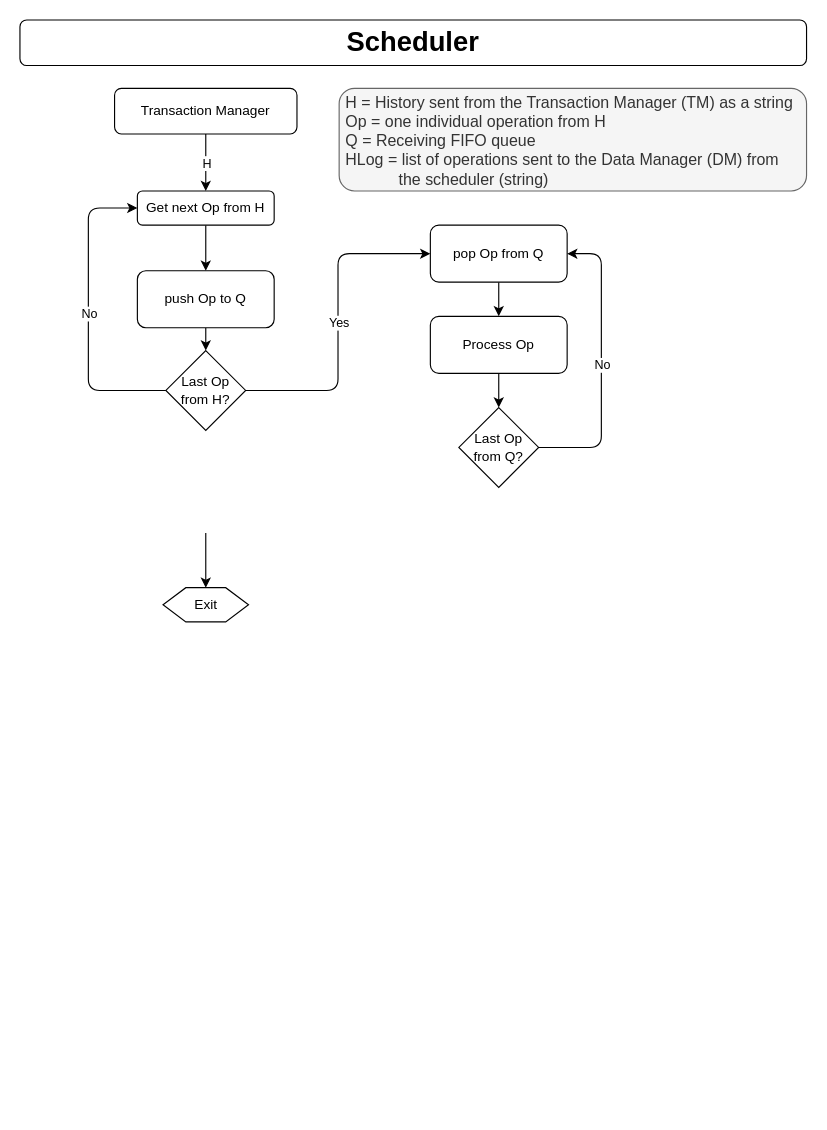
Rod-Skoglund/CS5570-Project keeps this draw.io diagram as Design/CS 5570 Team4 Design - Scheduler.drawio. Above is the earlier version. Source tidied: cells renumbered, new cells numbered last; positions are measured from the earlier drawing's top-left corner, leaving out a move shared by most shapes. Both pictures are drawn from the tidied source at 114%, with x=0, y=0 at pixel (19, 19).
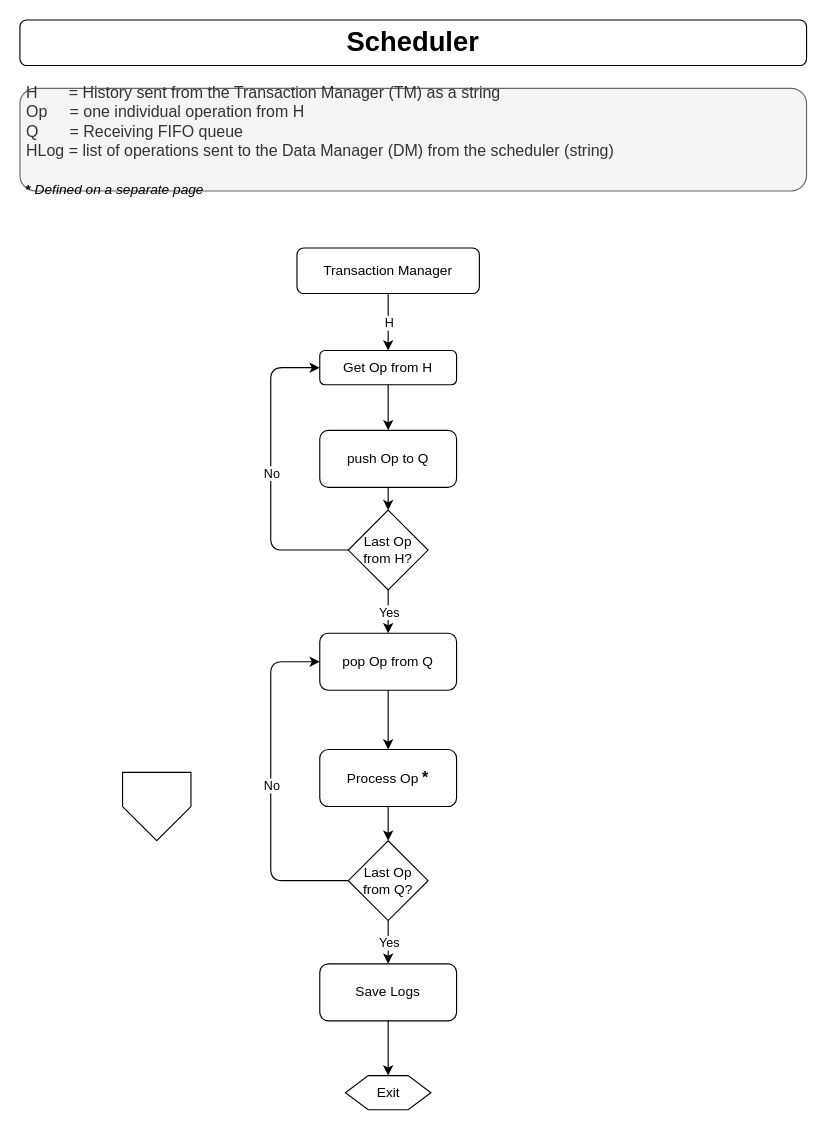
Above is the later version.

What changed in the source:
```diff
@@
-    <mxCell id="2" value="Transaction Manager" style="rounded=1;whiteSpace=wrap;html=1;fontSize=12;glass=0;strokeWidth=1;shadow=0;" parent="1" vertex="1">
-      <mxGeometry x="83" y="60" width="160" height="40" as="geometry" />
-    </mxCell>
@@
-    <mxCell id="4" value="&amp;nbsp;H = History sent from the Transaction Manager (TM) as a string&lt;br&gt;&amp;nbsp;Op = one individual operation from H&lt;br&gt;&amp;nbsp;Q = Receiving FIFO queue&lt;br&gt;&amp;nbsp;HLog = list of operations sent to the Data Manager (DM) from &lt;br&gt;&amp;nbsp; &amp;nbsp; &amp;nbsp; &amp;nbsp; &amp;nbsp; &amp;nbsp; &amp;nbsp;the scheduler (string)" style="text;html=1;align=left;verticalAlign=middle;whiteSpace=wrap;rounded=1;fontSize=14;labelBorderColor=none;spacingTop=2;spacingLeft=0;spacingBottom=0;spacingRight=0;spacing=2;perimeterSpacing=0;strokeWidth=1;labelPadding=-1;fillColor=#f5f5f5;strokeColor=#666666;fontColor=#333333;" parent="1" vertex="1">
-      <mxGeometry x="280" y="60" width="410" height="90" as="geometry" />
+    <mxCell id="4" value="&amp;nbsp;H&amp;nbsp; &amp;nbsp; &amp;nbsp; &amp;nbsp;= History sent from the Transaction Manager (TM) as a string&lt;br&gt;&amp;nbsp;Op&amp;nbsp; &amp;nbsp; &amp;nbsp;= one individual operation from H&lt;br&gt;&amp;nbsp;Q&amp;nbsp; &amp;nbsp; &amp;nbsp; &amp;nbsp;= Receiving FIFO queue&lt;br&gt;&amp;nbsp;HLog = list of operations sent to the Data Manager (DM) from the scheduler (string)&lt;br&gt;&lt;br&gt;&lt;span style=&quot;text-align: center ; font-size: 12px&quot;&gt;&lt;font style=&quot;font-size: 12px&quot;&gt;&lt;span style=&quot;color: rgb(0 , 0 , 0)&quot;&gt;&lt;b&gt;&amp;nbsp;* &lt;/b&gt;&lt;i&gt;Defined on a &lt;/i&gt;&lt;/span&gt;&lt;i&gt;&lt;font color=&quot;#000000&quot; style=&quot;font-size: 12px&quot;&gt;separate&lt;/font&gt;&lt;span style=&quot;color: rgb(0 , 0 , 0)&quot;&gt;&amp;nbsp;page&lt;/span&gt;&lt;/i&gt;&lt;br&gt;&lt;/font&gt;&lt;/span&gt;" style="text;html=1;align=left;verticalAlign=middle;whiteSpace=wrap;rounded=1;fontSize=14;labelBorderColor=none;spacingTop=2;spacingLeft=0;spacingBottom=0;spacingRight=0;spacing=2;perimeterSpacing=0;strokeWidth=1;labelPadding=-1;fillColor=#f5f5f5;strokeColor=#666666;fontColor=#333333;" parent="1" vertex="1">
+      <mxGeometry y="60" width="690" height="90" as="geometry" />
     </mxCell>
-    <mxCell id="5" style="edgeStyle=orthogonalEdgeStyle;rounded=0;jettySize=auto;html=1;exitX=0.5;exitY=1;exitDx=0;exitDy=0;" parent="1" edge="1" source="6" target="14">
-      <mxGeometry relative="1" as="geometry" />
-    </mxCell>
+    <mxCell id="2" value="Transaction Manager" style="rounded=1;whiteSpace=wrap;html=1;fontSize=12;glass=0;strokeWidth=1;shadow=0;" parent="1" vertex="1">
+      <mxGeometry x="243" y="200" width="160" height="40" as="geometry" />
+    </mxCell>
-    <mxCell id="6" value="Get next Op from H" style="rounded=1;whiteSpace=wrap;html=1;fontSize=12;glass=0;strokeWidth=1;shadow=0;" parent="1" vertex="1">
-      <mxGeometry x="103" y="150" width="120" height="30" as="geometry" />
+    <mxCell id="6" value="Get Op from H" style="rounded=1;whiteSpace=wrap;html=1;fontSize=12;glass=0;strokeWidth=1;shadow=0;" parent="1" vertex="1">
+      <mxGeometry x="263" y="290" width="120" height="30" as="geometry" />
     </mxCell>
     <mxCell id="7" value="Exit" style="shape=hexagon;perimeter=hexagonPerimeter2;whiteSpace=wrap;html=1;fixedSize=1;align=center;" parent="1" vertex="1">
-      <mxGeometry x="125.5" y="498" width="75" height="30" as="geometry" />
+      <mxGeometry x="285.5" y="926" width="75" height="30" as="geometry" />
     </mxCell>
     <mxCell id="8" style="endArrow=classic;html=1;" parent="1" edge="1" source="2" target="6">
-      <mxGeometry relative="1" as="geometry" />
+      <mxGeometry x="300" y="240" as="geometry" />
     </mxCell>
@@
-    <mxCell id="10" style="edgeStyle=orthogonalEdgeStyle;rounded=0;jettySize=auto;html=1;exitX=0.5;exitY=1;exitDx=0;exitDy=0;entryX=0.5;entryY=0;entryDx=0;entryDy=0;" parent="1" edge="1" source="11" target="21">
-      <mxGeometry relative="1" as="geometry" />
-    </mxCell>
     <mxCell id="11" value="pop Op from Q" style="rounded=1;whiteSpace=wrap;html=1;fontSize=12;glass=0;strokeWidth=1;shadow=0;" parent="1" vertex="1">
-      <mxGeometry x="360" y="180" width="120" height="50" as="geometry" />
+      <mxGeometry x="263" y="538" width="120" height="50" as="geometry" />
     </mxCell>
-    <mxCell id="12" style="endArrow=classic;html=1;entryX=0.5;entryY=0;entryDx=0;entryDy=0;" parent="1" edge="1" target="7">
-      <mxGeometry relative="1" as="geometry">
-        <mxPoint x="163" y="450" as="sourcePoint" />
-      </mxGeometry>
+    <mxCell id="12" style="endArrow=classic;html=1;entryX=0.5;entryY=0;entryDx=0;entryDy=0;exitX=0.5;exitY=1;exitDx=0;exitDy=0;" parent="1" edge="1" source="25" target="7">
+      <mxGeometry x="300" y="240" as="geometry" />
     </mxCell>
+    <mxCell id="14" value="push Op to Q" style="rounded=1;whiteSpace=wrap;html=1;fontSize=12;glass=0;strokeWidth=1;shadow=0;" parent="1" vertex="1">
+      <mxGeometry x="263" y="360" width="120" height="50" as="geometry" />
+    </mxCell>
+    <mxCell id="5" style="edgeStyle=orthogonalEdgeStyle;rounded=0;jettySize=auto;html=1;exitX=0.5;exitY=1;exitDx=0;exitDy=0;" parent="1" edge="1" source="6" target="14">
+      <mxGeometry x="300" y="240" as="geometry" />
+    </mxCell>
+    <mxCell id="15" value="Last Op from H?" style="rhombus;whiteSpace=wrap;html=1;" parent="1" vertex="1">
+      <mxGeometry x="288" y="430" width="70" height="70" as="geometry" />
+    </mxCell>
     <mxCell id="13" style="edgeStyle=orthogonalEdgeStyle;rounded=0;jettySize=auto;html=1;exitX=0.5;exitY=1;exitDx=0;exitDy=0;entryX=0.5;entryY=0;entryDx=0;entryDy=0;" parent="1" edge="1" source="14" target="15">
-      <mxGeometry relative="1" as="geometry" />
+      <mxGeometry x="300" y="240" as="geometry" />
     </mxCell>
-    <mxCell id="14" value="push Op to Q" style="rounded=1;whiteSpace=wrap;html=1;fontSize=12;glass=0;strokeWidth=1;shadow=0;" parent="1" vertex="1">
-      <mxGeometry x="103" y="220" width="120" height="50" as="geometry" />
-    </mxCell>
-    <mxCell id="15" value="Last Op from H?" style="rhombus;whiteSpace=wrap;html=1;" parent="1" vertex="1">
-      <mxGeometry x="128" y="290" width="70" height="70" as="geometry" />
-    </mxCell>
-    <mxCell id="16" style="endArrow=classic;html=1;exitX=1;exitY=0.5;exitDx=0;exitDy=0;entryX=0;entryY=0.5;entryDx=0;entryDy=0;edgeStyle=orthogonalEdgeStyle;" parent="1" edge="1" source="15" target="11">
-      <mxGeometry relative="1" as="geometry" />
+    <mxCell id="16" style="endArrow=classic;html=1;exitX=0.5;exitY=1;exitDx=0;exitDy=0;entryX=0.5;entryY=0;entryDx=0;entryDy=0;edgeStyle=orthogonalEdgeStyle;" parent="1" edge="1" source="15" target="11">
+      <mxGeometry x="300" y="240" as="geometry">
+        <Array as="points">
+          <mxPoint x="323" y="510" />
+          <mxPoint x="323" y="510" />
+        </Array>
+      </mxGeometry>
     </mxCell>
@@
     <mxCell id="18" style="endArrow=classic;html=1;exitX=0;exitY=0.5;exitDx=0;exitDy=0;edgeStyle=orthogonalEdgeStyle;entryX=0;entryY=0.5;entryDx=0;entryDy=0;" parent="1" edge="1" source="15" target="6">
-      <mxGeometry relative="1" as="geometry">
+      <mxGeometry x="300" y="240" as="geometry">
         <Array as="points">
-          <mxPoint x="60" y="325" />
-          <mxPoint x="60" y="165" />
+          <mxPoint x="220" y="465" />
+          <mxPoint x="220" y="305" />
         </Array>
       </mxGeometry>
     </mxCell>
@@
+    <mxCell id="21" value="Process Op &lt;b&gt;&lt;font style=&quot;font-size: 14px&quot;&gt;*&lt;/font&gt;&lt;/b&gt;" style="rounded=1;whiteSpace=wrap;html=1;fontSize=12;glass=0;strokeWidth=1;shadow=0;" parent="1" vertex="1">
+      <mxGeometry x="263" y="640" width="120" height="50" as="geometry" />
+    </mxCell>
+    <mxCell id="10" style="edgeStyle=orthogonalEdgeStyle;rounded=0;jettySize=auto;html=1;exitX=0.5;exitY=1;exitDx=0;exitDy=0;entryX=0.5;entryY=0;entryDx=0;entryDy=0;" parent="1" edge="1" source="11" target="21">
+      <mxGeometry x="300" y="240" as="geometry" />
+    </mxCell>
+    <mxCell id="22" value="Last Op from Q?" style="rhombus;whiteSpace=wrap;html=1;" parent="1" vertex="1">
+      <mxGeometry x="288" y="720" width="70" height="70" as="geometry" />
+    </mxCell>
     <mxCell id="20" style="edgeStyle=orthogonalEdgeStyle;rounded=0;jettySize=auto;html=1;exitX=0.5;exitY=1;exitDx=0;exitDy=0;entryX=0.5;entryY=0;entryDx=0;entryDy=0;" parent="1" edge="1" source="21" target="22">
-      <mxGeometry relative="1" as="geometry" />
+      <mxGeometry x="300" y="240" as="geometry" />
     </mxCell>
-    <mxCell id="21" value="Process Op" style="rounded=1;whiteSpace=wrap;html=1;fontSize=12;glass=0;strokeWidth=1;shadow=0;" parent="1" vertex="1">
-      <mxGeometry x="360" y="260" width="120" height="50" as="geometry" />
-    </mxCell>
-    <mxCell id="22" value="Last Op from Q?" style="rhombus;whiteSpace=wrap;html=1;" parent="1" vertex="1">
-      <mxGeometry x="385" y="340" width="70" height="70" as="geometry" />
-    </mxCell>
-    <mxCell id="23" style="endArrow=classic;html=1;exitX=1;exitY=0.5;exitDx=0;exitDy=0;entryX=1;entryY=0.5;entryDx=0;entryDy=0;edgeStyle=orthogonalEdgeStyle;" parent="1" edge="1" source="22" target="11">
-      <mxGeometry relative="1" as="geometry">
+    <mxCell id="23" style="endArrow=classic;html=1;exitX=0;exitY=0.5;exitDx=0;exitDy=0;entryX=0;entryY=0.5;entryDx=0;entryDy=0;edgeStyle=orthogonalEdgeStyle;" parent="1" edge="1" source="22" target="11">
+      <mxGeometry x="300" y="240" as="geometry">
         <Array as="points">
-          <mxPoint x="510" y="375" />
-          <mxPoint x="510" y="205" />
+          <mxPoint x="220" y="755" />
+          <mxPoint x="220" y="563" />
         </Array>
       </mxGeometry>
     </mxCell>
@@
+    <mxCell id="25" value="Save Logs" style="rounded=1;whiteSpace=wrap;html=1;fontSize=12;glass=0;strokeWidth=1;shadow=0;" parent="1" vertex="1">
+      <mxGeometry x="263" y="828" width="120" height="50" as="geometry" />
+    </mxCell>
+    <mxCell id="26" style="endArrow=classic;html=1;exitX=0.5;exitY=1;exitDx=0;exitDy=0;entryX=0.5;entryY=0;entryDx=0;entryDy=0;edgeStyle=orthogonalEdgeStyle;" parent="1" edge="1" source="22" target="25">
+      <mxGeometry x="300" y="240" as="geometry" />
+    </mxCell>
+    <mxCell id="27" value="Yes" style="edgeLabel;html=1;align=center;verticalAlign=middle;" parent="26" vertex="1">
+      <mxGeometry relative="1" as="geometry" />
+    </mxCell>
+    <mxCell id="28" style="verticalLabelPosition=bottom;verticalAlign=top;html=1;shape=offPageConnector;rounded=0;size=0.5;" parent="1" vertex="1">
+      <mxGeometry x="90" y="660" width="60" height="60" as="geometry" />
+    </mxCell>
```
